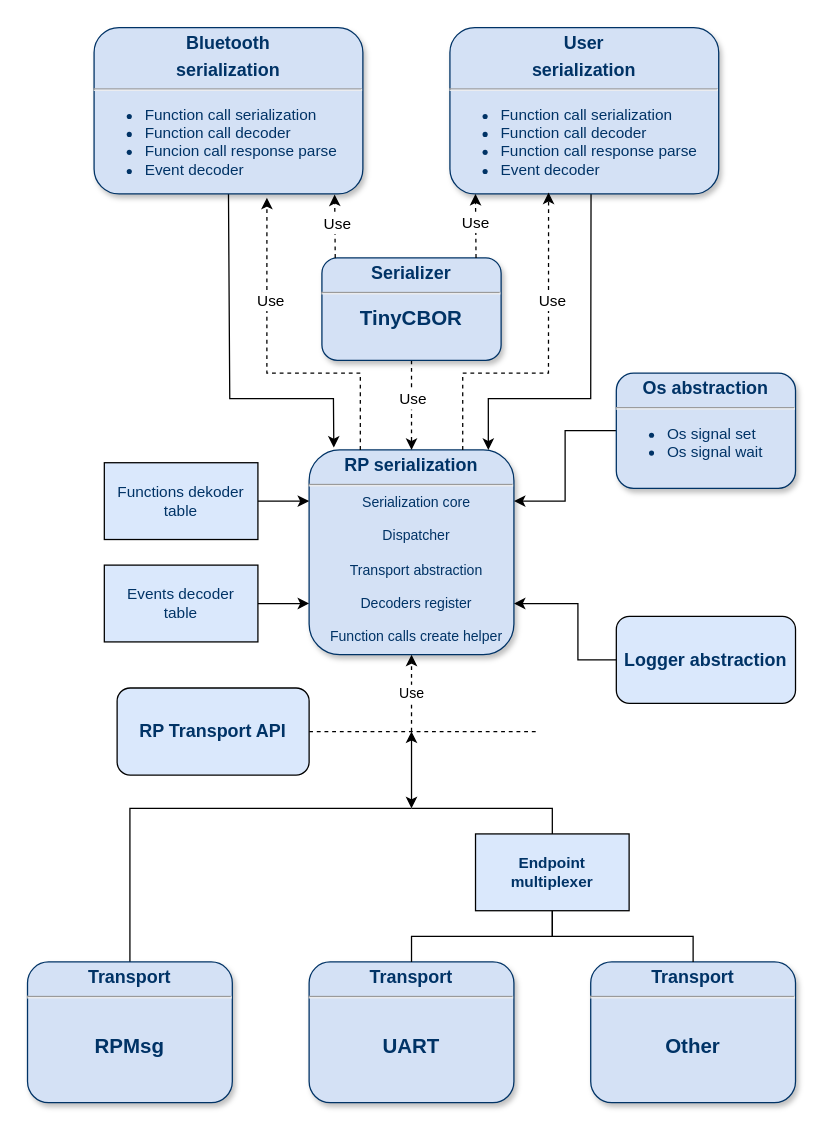
Before: Serialization diagram.drawio in doki-nordic/draw.io, a draw.io diagram. Source tidied: cells renumbered, new cells numbered last; positions are measured from the earlier drawing's top-left corner, leaving out a move shared by most shapes. Both pictures are drawn from the tidied source at 128%, with x=0, y=0 at pixel (27, 27).
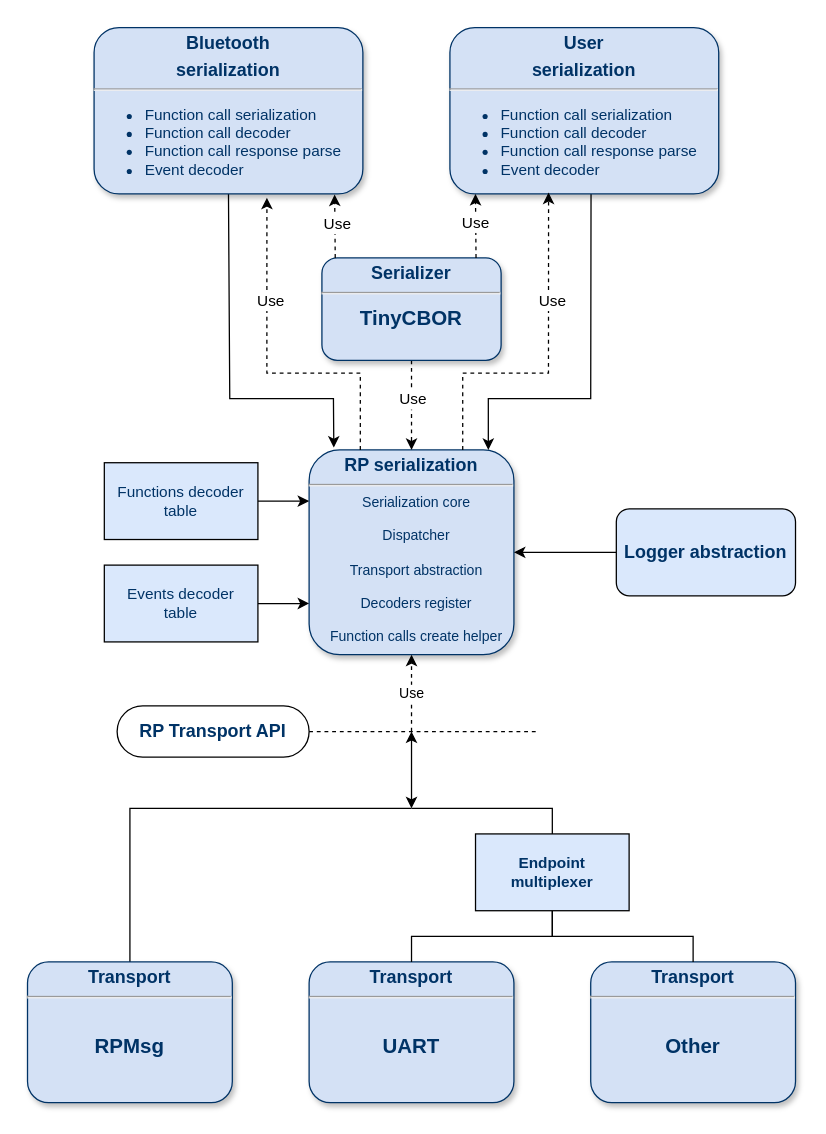
The same page after the edit.

Unchanged cells that the change refers to:
```xml
<mxCell id="4" value="&lt;p style=&quot;margin: 4px 0px 0px ; text-align: center&quot;&gt;&lt;font size=&quot;1&quot;&gt;&lt;b style=&quot;font-size: 14px&quot;&gt;RP serialization&lt;br&gt;&lt;/b&gt;&lt;/font&gt;&lt;/p&gt;&lt;hr&gt;&lt;p style=&quot;margin: 0px 0px 0px 8px ; font-size: 11px&quot; align=&quot;center&quot;&gt;&lt;font style=&quot;font-size: 11px&quot;&gt;Serialization core&lt;/font&gt;&lt;/p&gt;&lt;p style=&quot;margin: 0px 0px 0px 8px ; font-size: 11px&quot; align=&quot;center&quot;&gt;&lt;font style=&quot;font-size: 11px&quot;&gt;&lt;br&gt;&lt;/font&gt;&lt;/p&gt;&lt;p style=&quot;margin: 0px 0px 0px 8px ; font-size: 11px&quot; align=&quot;center&quot;&gt;&lt;font style=&quot;font-size: 11px&quot;&gt;Dispatcher&lt;/font&gt;&lt;/p&gt;&lt;p style=&quot;margin: 0px 0px 0px 8px ; font-size: 11px&quot; align=&quot;center&quot;&gt;&lt;font style=&quot;font-size: 11px&quot;&gt;&lt;br&gt;&lt;/font&gt;&lt;/p&gt;&lt;p style=&quot;margin: 0px 0px 0px 8px ; font-size: 11px&quot; align=&quot;center&quot;&gt;&lt;font style=&quot;font-size: 11px&quot;&gt;Transport abstraction&lt;/font&gt;&lt;/p&gt;&lt;p style=&quot;margin: 0px 0px 0px 8px ; font-size: 11px&quot; align=&quot;center&quot;&gt;&lt;font style=&quot;font-size: 11px&quot;&gt;&lt;br&gt;&lt;/font&gt;&lt;/p&gt;&lt;p style=&quot;margin: 0px 0px 0px 8px ; font-size: 11px&quot; align=&quot;center&quot;&gt;&lt;font style=&quot;font-size: 11px&quot;&gt;Decoders register&lt;/font&gt;&lt;/p&gt;&lt;p style=&quot;margin: 0px 0px 0px 8px ; font-size: 11px&quot; align=&quot;center&quot;&gt;&lt;font style=&quot;font-size: 11px&quot;&gt;&lt;br&gt;&lt;/font&gt;&lt;/p&gt;&lt;p style=&quot;margin: 0px 0px 0px 8px ; font-size: 11px&quot; align=&quot;center&quot;&gt;&lt;font style=&quot;font-size: 11px&quot;&gt;Function calls create helper&lt;br&gt;&lt;/font&gt;&lt;/p&gt;&lt;p style=&quot;margin: 0px ; margin-left: 8px&quot; align=&quot;center&quot;&gt;&lt;br&gt;&lt;/p&gt;" style="verticalAlign=top;align=left;overflow=fill;fontSize=12;fontFamily=Helvetica;html=1;strokeColor=#003366;shadow=1;fillColor=#D4E1F5;fontColor=#003366;rounded=1;" parent="1" vertex="1">
  <mxGeometry x="220" y="330" width="160" height="160" as="geometry" />
</mxCell>
```

The edit, as a diff of the source:
```diff
@@
-    <mxCell id="9" value="&lt;font style=&quot;font-size: 14px&quot; color=&quot;#003366&quot;&gt;&lt;b&gt;&lt;font style=&quot;font-size: 14px&quot;&gt;RP Transport API&lt;/font&gt;&lt;/b&gt;&lt;/font&gt;" style="rounded=1;whiteSpace=wrap;html=1;glass=0;comic=0;strokeColor=#000000;fillColor=#dae8fc;" parent="1" vertex="1">
-      <mxGeometry x="70" y="516" width="150" height="68" as="geometry" />
+    <mxCell id="9" value="&lt;font style=&quot;font-size: 14px&quot; color=&quot;#003366&quot;&gt;&lt;b&gt;&lt;font style=&quot;font-size: 14px&quot;&gt;RP Transport API&lt;/font&gt;&lt;/b&gt;&lt;/font&gt;" style="rounded=1;whiteSpace=wrap;html=1;glass=0;comic=0;strokeColor=#000000;fillColor=none;arcSize=50;" parent="1" vertex="1">
+      <mxGeometry x="70" y="530" width="150" height="40" as="geometry" />
     </mxCell>
@@
-    <mxCell id="13" style="edgeStyle=none;rounded=0;jettySize=auto;html=1;exitX=0;exitY=0.5;exitDx=0;exitDy=0;entryX=1;entryY=0.25;entryDx=0;entryDy=0;" parent="1" edge="1" source="14" target="4">
-      <mxGeometry relative="1" as="geometry">
-        <Array as="points">
-          <mxPoint x="420" y="315" />
-          <mxPoint x="420" y="370" />
-        </Array>
-      </mxGeometry>
-    </mxCell>
-    <mxCell id="14" value="&lt;p style=&quot;margin: 4px 0px 0px ; text-align: center&quot;&gt;&lt;font size=&quot;1&quot;&gt;&lt;b style=&quot;font-size: 14px&quot;&gt;Os abstraction&lt;br&gt;&lt;/b&gt;&lt;/font&gt;&lt;/p&gt;&lt;hr&gt;&lt;ul&gt;&lt;li&gt;Os signal set&lt;/li&gt;&lt;li&gt;Os signal wait&lt;br&gt;&lt;/li&gt;&lt;/ul&gt;" style="verticalAlign=top;align=left;overflow=fill;fontSize=12;fontFamily=Helvetica;html=1;strokeColor=#003366;shadow=1;fillColor=#D4E1F5;fontColor=#003366;rounded=1;" parent="1" vertex="1">
-      <mxGeometry x="460" y="270" width="140" height="90" as="geometry" />
-    </mxCell>
-    <mxCell id="15" style="edgeStyle=none;rounded=0;jettySize=auto;html=1;exitX=0;exitY=0.5;exitDx=0;exitDy=0;entryX=1;entryY=0.75;entryDx=0;entryDy=0;" parent="1" edge="1" source="16" target="4">
-      <mxGeometry relative="1" as="geometry">
-        <Array as="points">
-          <mxPoint x="430" y="494" />
-          <mxPoint x="430" y="450" />
-        </Array>
-      </mxGeometry>
+    <mxCell id="15" style="edgeStyle=orthogonalEdgeStyle;rounded=0;jettySize=auto;html=1;exitX=0;exitY=0.5;exitDx=0;exitDy=0;entryX=1;entryY=0.5;entryDx=0;entryDy=0;" parent="1" edge="1" source="16" target="4">
+      <mxGeometry relative="1" as="geometry" />
     </mxCell>
     <mxCell id="16" value="&lt;font style=&quot;font-size: 14px&quot; color=&quot;#003366&quot;&gt;&lt;b&gt;&lt;font style=&quot;font-size: 14px&quot;&gt;Logger abstraction&lt;br&gt;&lt;/font&gt;&lt;/b&gt;&lt;/font&gt;" style="rounded=1;whiteSpace=wrap;html=1;glass=0;comic=0;strokeColor=#000000;fillColor=#dae8fc;" parent="1" vertex="1">
-      <mxGeometry x="460" y="460" width="140" height="68" as="geometry" />
+      <mxGeometry x="460" y="376" width="140" height="68" as="geometry" />
     </mxCell>
@@
-    <mxCell id="18" value="&lt;p style=&quot;margin: 4px 0px 0px ; text-align: center&quot;&gt;&lt;font size=&quot;1&quot;&gt;&lt;b style=&quot;font-size: 14px&quot;&gt;Bluetooth&lt;/b&gt;&lt;/font&gt;&lt;/p&gt;&lt;p style=&quot;margin: 4px 0px 0px ; text-align: center&quot;&gt;&lt;font size=&quot;1&quot;&gt;&lt;b style=&quot;font-size: 14px&quot;&gt;serialization&lt;br&gt;&lt;/b&gt;&lt;/font&gt;&lt;/p&gt;&lt;hr&gt;&lt;div&gt;&lt;ul&gt;&lt;li&gt;Function call serialization&lt;/li&gt;&lt;li&gt;Function call decoder&lt;/li&gt;&lt;li&gt;Funcion call response parse&lt;/li&gt;&lt;li&gt;Event decoder&lt;/li&gt;&lt;/ul&gt;&lt;/div&gt;&lt;div&gt;&lt;br&gt;&lt;/div&gt;" style="verticalAlign=top;align=left;overflow=fill;fontSize=12;fontFamily=Helvetica;html=1;strokeColor=#003366;shadow=1;fillColor=#D4E1F5;fontColor=#003366;rounded=1;" parent="1" vertex="1">
+    <mxCell id="18" value="&lt;p style=&quot;margin: 4px 0px 0px ; text-align: center&quot;&gt;&lt;font size=&quot;1&quot;&gt;&lt;b style=&quot;font-size: 14px&quot;&gt;Bluetooth&lt;/b&gt;&lt;/font&gt;&lt;/p&gt;&lt;p style=&quot;margin: 4px 0px 0px ; text-align: center&quot;&gt;&lt;font size=&quot;1&quot;&gt;&lt;b style=&quot;font-size: 14px&quot;&gt;serialization&lt;br&gt;&lt;/b&gt;&lt;/font&gt;&lt;/p&gt;&lt;hr&gt;&lt;div&gt;&lt;ul&gt;&lt;li&gt;Function call serialization&lt;/li&gt;&lt;li&gt;Function call decoder&lt;/li&gt;&lt;li&gt;Function call response parse&lt;/li&gt;&lt;li&gt;Event decoder&lt;/li&gt;&lt;/ul&gt;&lt;/div&gt;&lt;div&gt;&lt;br&gt;&lt;/div&gt;" style="verticalAlign=top;align=left;overflow=fill;fontSize=12;fontFamily=Helvetica;html=1;strokeColor=#003366;shadow=1;fillColor=#D4E1F5;fontColor=#003366;rounded=1;" parent="1" vertex="1">
       <mxGeometry x="52" width="210" height="130" as="geometry" />
     </mxCell>
@@
-    <mxCell id="25" value="&lt;div&gt;&lt;font color=&quot;#003366&quot;&gt;Functions dekoder&lt;/font&gt;&lt;/div&gt;&lt;div&gt;&lt;font color=&quot;#003366&quot;&gt;table&lt;br&gt;&lt;/font&gt;&lt;/div&gt;" style="rounded=0;whiteSpace=wrap;html=1;glass=0;comic=0;strokeColor=#000000;fillColor=#dae8fc;" parent="1" vertex="1">
+    <mxCell id="25" value="&lt;div&gt;&lt;font color=&quot;#003366&quot;&gt;Functions decoder&lt;/font&gt;&lt;/div&gt;&lt;div&gt;&lt;font color=&quot;#003366&quot;&gt;table&lt;br&gt;&lt;/font&gt;&lt;/div&gt;" style="rounded=0;whiteSpace=wrap;html=1;glass=0;comic=0;strokeColor=#000000;fillColor=#dae8fc;" parent="1" vertex="1">
       <mxGeometry x="60" y="340" width="120" height="60" as="geometry" />
     </mxCell>
```
